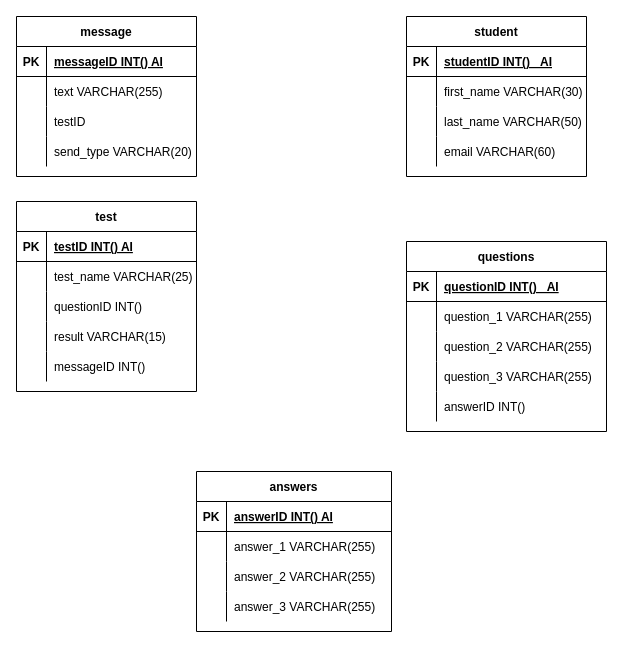
The draw.io diagram database/drawio/database.drawio in jotiaine/Fullstack_kehittaminen, before the edit. Source tidied: cells renumbered, new cells numbered last; positions are measured from the earlier drawing's top-left corner, leaving out a move shared by most shapes. Both pictures are drawn from the tidied source at 100%, with x=0, y=0 at pixel (16, 16).
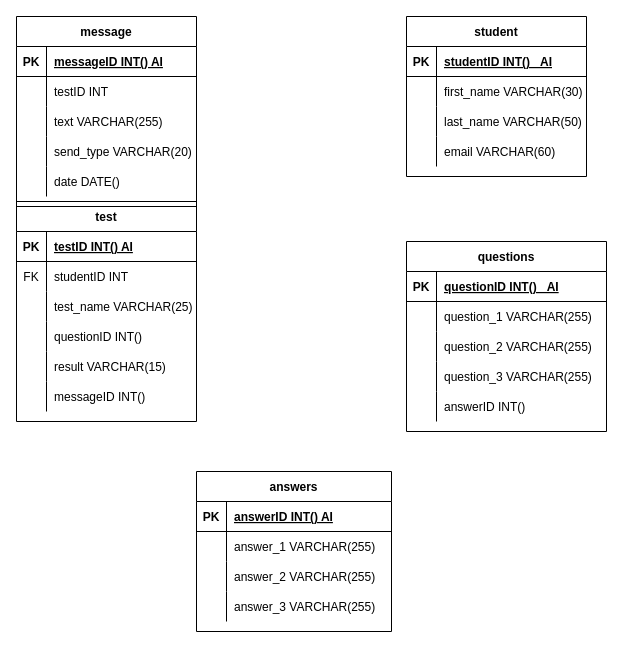
After the change.

Diff of the diagram source:
```diff
@@
     <mxCell id="18" value="test" style="shape=table;startSize=30;childLayout=tableLayout;rowLines=0;fontStyle=1;align=center;" parent="1" vertex="1">
-      <mxGeometry y="185" width="180" height="190" as="geometry" />
+      <mxGeometry y="185" width="180" height="220" as="geometry" />
     </mxCell>
@@
+    <mxCell id="73" style="shape=partialRectangle;fillColor=none;top=0;left=0;bottom=0;right=0;" parent="18" vertex="1">
+      <mxGeometry y="60" width="180" height="30" as="geometry" />
+    </mxCell>
+    <mxCell id="74" value="FK" style="shape=partialRectangle;fillColor=none;top=0;left=0;bottom=0;right=0;overflow=hidden;" parent="73" vertex="1">
+      <mxGeometry width="30" height="30" as="geometry" />
+    </mxCell>
+    <mxCell id="75" value="studentID INT" style="shape=partialRectangle;fillColor=none;top=0;left=0;bottom=0;right=0;align=left;spacingLeft=6;overflow=hidden;" parent="73" vertex="1">
+      <mxGeometry x="30" width="150" height="30" as="geometry" />
+    </mxCell>
     <mxCell id="22" style="shape=partialRectangle;fillColor=none;top=0;left=0;bottom=0;right=0;" parent="18" vertex="1">
-      <mxGeometry y="60" width="180" height="30" as="geometry" />
+      <mxGeometry y="90" width="180" height="30" as="geometry" />
     </mxCell>
@@
     <mxCell id="25" style="shape=partialRectangle;fillColor=none;top=0;left=0;bottom=0;right=0;" parent="18" vertex="1">
-      <mxGeometry y="90" width="180" height="30" as="geometry" />
+      <mxGeometry y="120" width="180" height="30" as="geometry" />
     </mxCell>
@@
     <mxCell id="28" style="shape=partialRectangle;fillColor=none;top=0;left=0;bottom=0;right=0;" parent="18" vertex="1">
-      <mxGeometry y="120" width="180" height="30" as="geometry" />
+      <mxGeometry y="150" width="180" height="30" as="geometry" />
     </mxCell>
@@
     <mxCell id="31" style="shape=partialRectangle;fillColor=none;top=0;left=0;bottom=0;right=0;" parent="18" vertex="1">
-      <mxGeometry y="150" width="180" height="30" as="geometry" />
+      <mxGeometry y="180" width="180" height="30" as="geometry" />
     </mxCell>
@@
     <mxCell id="47" value="message" style="shape=table;startSize=30;childLayout=tableLayout;rowLines=0;fontStyle=1;align=center;" parent="1" vertex="1">
-      <mxGeometry width="180" height="160" as="geometry" />
+      <mxGeometry width="180" height="190" as="geometry" />
     </mxCell>
@@
+    <mxCell id="54" style="shape=partialRectangle;fillColor=none;top=0;left=0;bottom=0;right=0;" parent="47" vertex="1">
+      <mxGeometry y="60" width="180" height="30" as="geometry" />
+    </mxCell>
+    <mxCell id="55" style="shape=partialRectangle;fillColor=none;top=0;left=0;bottom=0;right=0;overflow=hidden;" parent="54" vertex="1">
+      <mxGeometry width="30" height="30" as="geometry" />
+    </mxCell>
+    <mxCell id="56" value="testID INT" style="shape=partialRectangle;fillColor=none;top=0;left=0;bottom=0;right=0;align=left;spacingLeft=6;overflow=hidden;" parent="54" vertex="1">
+      <mxGeometry x="30" width="150" height="30" as="geometry" />
+    </mxCell>
     <mxCell id="51" style="shape=partialRectangle;fillColor=none;top=0;left=0;bottom=0;right=0;" parent="47" vertex="1">
-      <mxGeometry y="60" width="180" height="30" as="geometry" />
+      <mxGeometry y="90" width="180" height="30" as="geometry" />
     </mxCell>
@@
-    <mxCell id="54" style="shape=partialRectangle;fillColor=none;top=0;left=0;bottom=0;right=0;" parent="47" vertex="1">
-      <mxGeometry y="90" width="180" height="30" as="geometry" />
-    </mxCell>
-    <mxCell id="55" style="shape=partialRectangle;fillColor=none;top=0;left=0;bottom=0;right=0;overflow=hidden;" parent="54" vertex="1">
-      <mxGeometry width="30" height="30" as="geometry" />
-    </mxCell>
-    <mxCell id="56" value="testID" style="shape=partialRectangle;fillColor=none;top=0;left=0;bottom=0;right=0;align=left;spacingLeft=6;overflow=hidden;" parent="54" vertex="1">
-      <mxGeometry x="30" width="150" height="30" as="geometry" />
-    </mxCell>
@@
+    <mxCell id="76" style="shape=partialRectangle;fillColor=none;top=0;left=0;bottom=0;right=0;" parent="47" vertex="1">
+      <mxGeometry y="150" width="180" height="30" as="geometry" />
+    </mxCell>
+    <mxCell id="77" style="shape=partialRectangle;fillColor=none;top=0;left=0;bottom=0;right=0;overflow=hidden;" parent="76" vertex="1">
+      <mxGeometry width="30" height="30" as="geometry" />
+    </mxCell>
+    <mxCell id="78" value="date DATE()" style="shape=partialRectangle;fillColor=none;top=0;left=0;bottom=0;right=0;align=left;spacingLeft=6;overflow=hidden;" parent="76" vertex="1">
+      <mxGeometry x="30" width="150" height="30" as="geometry" />
+    </mxCell>
```
